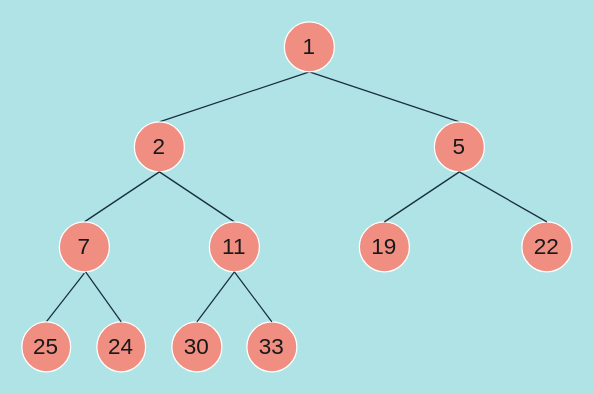
The draw.io diagram page "Page-8" (8 of 8) of tree/tree.drawio in Christings/wechat, before the edit. Source tidied: cells renumbered, new cells numbered last; positions are measured from the earlier drawing's top-left corner, leaving out a move shared by most shapes. Both pictures are drawn from the tidied source at 125%, with x=0, y=0 at pixel (21, 21).
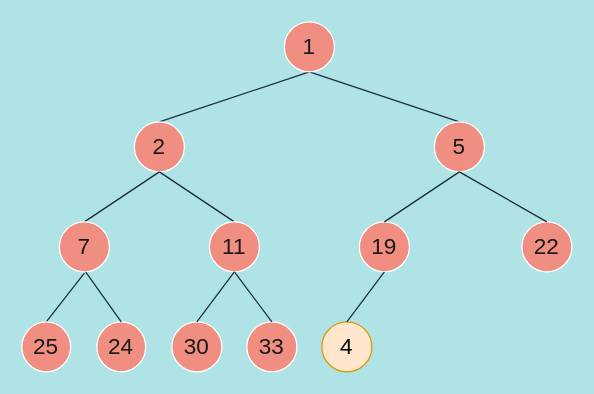
The same diagram, later.

Unchanged cells that the change refers to:
```xml
<mxCell id="11" value="19" style="ellipse;whiteSpace=wrap;html=1;fontSize=18;fillColor=#F08E81;strokeColor=#FFFFFF;fontColor=#1A1A1A;rounded=1;" parent="1" vertex="1">
  <mxGeometry x="270" y="160" width="40" height="40" as="geometry" />
</mxCell>
```

What changed in the source:
```diff
@@
+    <mxCell id="24" value="4" style="ellipse;whiteSpace=wrap;html=1;fontSize=18;fillColor=#ffe6cc;strokeColor=#d79b00;rounded=1;" parent="1" vertex="1">
+      <mxGeometry x="240" y="240" width="40" height="40" as="geometry" />
+    </mxCell>
+    <mxCell id="25" style="endArrow=none;html=1;entryX=0.5;entryY=1;entryDx=0;entryDy=0;exitX=0.5;exitY=0;exitDx=0;exitDy=0;fontSize=18;strokeColor=#182E3E;fontColor=#1A1A1A;labelBackgroundColor=#B0E3E6;" parent="1" edge="1" target="11">
+      <mxGeometry relative="1" as="geometry">
+        <mxPoint x="260" y="240" as="sourcePoint" />
+      </mxGeometry>
+    </mxCell>
```
